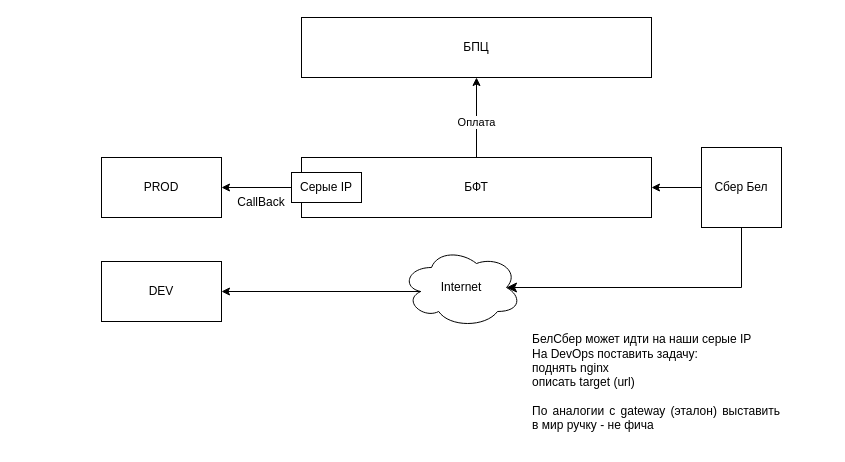
Before: Bel.drawio in ink-ru/arch, a draw.io diagram. Source tidied: cells renumbered, new cells numbered last; positions are measured from the earlier drawing's top-left corner, leaving out a move shared by most shapes. Both pictures are drawn from the tidied source at 100%, with x=0, y=0 at pixel (101, 17).
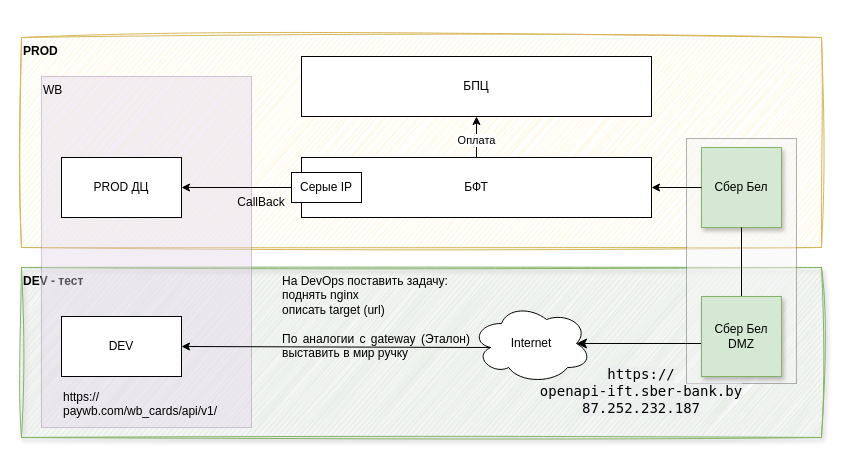
After the change.

The edit, as a diff of the source:
```diff
@@
+    <mxCell id="17" value="&lt;b&gt;DEV - тест&lt;/b&gt;" style="rounded=0;whiteSpace=wrap;html=1;fillColor=#d5e8d4;strokeColor=#82b366;align=left;verticalAlign=top;sketch=1;curveFitting=1;jiggle=2;shadow=1;" parent="1" vertex="1">
+      <mxGeometry x="-80" y="250" width="800" height="170" as="geometry" />
+    </mxCell>
+    <mxCell id="18" value="&lt;b&gt;PROD&lt;/b&gt;" style="rounded=0;whiteSpace=wrap;html=1;fillColor=#fff2cc;strokeColor=#d6b656;align=left;verticalAlign=top;sketch=1;curveFitting=1;jiggle=2;" parent="1" vertex="1">
+      <mxGeometry x="-80" y="20" width="800" height="210" as="geometry" />
+    </mxCell>
+    <mxCell id="19" value="WB" style="rounded=0;whiteSpace=wrap;html=1;align=left;verticalAlign=top;fillColor=#e1d5e7;strokeColor=#9673a6;opacity=40;" parent="1" vertex="1">
+      <mxGeometry x="-60" y="59" width="210" height="351" as="geometry" />
+    </mxCell>
+    <mxCell id="20" style="rounded=0;whiteSpace=wrap;html=1;fillColor=#f5f5f5;fontColor=#333333;strokeColor=#666666;glass=0;shadow=0;opacity=50;" parent="1" vertex="1">
+      <mxGeometry x="585" y="121" width="110" height="245" as="geometry" />
+    </mxCell>
     <mxCell id="2" value="БПЦ" style="rounded=0;whiteSpace=wrap;html=1;" parent="1" vertex="1">
-      <mxGeometry x="200" width="350" height="60" as="geometry" />
+      <mxGeometry x="200" y="39" width="350" height="60" as="geometry" />
     </mxCell>
@@
-    <mxCell id="4" value="PROD" style="rounded=0;whiteSpace=wrap;html=1;" parent="1" vertex="1">
-      <mxGeometry y="140" width="120" height="60" as="geometry" />
+    <mxCell id="4" value="PROD ДЦ" style="rounded=0;whiteSpace=wrap;html=1;" parent="1" vertex="1">
+      <mxGeometry x="-40" y="140" width="120" height="60" as="geometry" />
     </mxCell>
@@
     <mxCell id="9" value="Internet" style="ellipse;shape=cloud;whiteSpace=wrap;html=1;" parent="1" vertex="1">
-      <mxGeometry x="300" y="230" width="120" height="80" as="geometry" />
+      <mxGeometry x="370" y="286" width="120" height="80" as="geometry" />
     </mxCell>
-    <mxCell id="10" value="Сбер Бел" style="whiteSpace=wrap;html=1;" parent="1" vertex="1">
+    <mxCell id="10" value="Сбер Бел" style="whiteSpace=wrap;html=1;shadow=1;fillColor=#d5e8d4;strokeColor=#82b366;" parent="1" vertex="1">
       <mxGeometry x="600" y="130" width="80" height="80" as="geometry" />
     </mxCell>
@@
     <mxCell id="14" value="DEV" style="rounded=0;whiteSpace=wrap;html=1;" parent="1" vertex="1">
-      <mxGeometry y="244" width="120" height="60" as="geometry" />
+      <mxGeometry x="-40" y="299" width="120" height="60" as="geometry" />
     </mxCell>
@@
-    <mxCell id="16" value="&lt;div style=&quot;text-align: justify;&quot;&gt;&lt;span style=&quot;background-color: initial;&quot;&gt;БелСбер может идти на наши серые IP&lt;/span&gt;&lt;/div&gt;&lt;div style=&quot;text-align: justify;&quot;&gt;На DevOps поставить задачу:&lt;/div&gt;&lt;div style=&quot;text-align: justify;&quot;&gt;поднять nginx&lt;/div&gt;&lt;div style=&quot;text-align: justify;&quot;&gt;описать target (url)&lt;/div&gt;&lt;div style=&quot;text-align: justify;&quot;&gt;&lt;br&gt;&lt;/div&gt;&lt;div style=&quot;text-align: justify;&quot;&gt;По аналогии с gateway (эталон) выставить в мир ручку - не фича&lt;/div&gt;" style="text;html=1;align=center;verticalAlign=middle;whiteSpace=wrap;rounded=0;" parent="1" vertex="1">
-      <mxGeometry x="430" y="310" width="250" height="110" as="geometry" />
+    <mxCell id="16" value="&lt;div style=&quot;text-align: justify;&quot;&gt;&lt;span style=&quot;background-color: initial;&quot;&gt;На DevOps поставить задачу:&lt;/span&gt;&lt;/div&gt;&lt;div style=&quot;text-align: justify;&quot;&gt;поднять nginx&lt;/div&gt;&lt;div style=&quot;text-align: justify;&quot;&gt;описать target (url)&lt;/div&gt;&lt;div style=&quot;text-align: justify;&quot;&gt;&lt;br&gt;&lt;/div&gt;&lt;div style=&quot;text-align: justify;&quot;&gt;По аналогии с gateway (Эталон) выставить в мир ручку&lt;/div&gt;" style="text;html=1;align=center;verticalAlign=top;whiteSpace=wrap;rounded=0;" parent="1" vertex="1">
+      <mxGeometry x="180" y="250" width="190" height="130" as="geometry" />
     </mxCell>
+    <mxCell id="21" value="Сбер Бел&lt;br&gt;DMZ" style="whiteSpace=wrap;html=1;shadow=1;fillColor=#d5e8d4;strokeColor=#82b366;" parent="1" vertex="1">
+      <mxGeometry x="600" y="279" width="80" height="80" as="geometry" />
+    </mxCell>
+    <mxCell id="22" value="&lt;span style=&quot;color: var(--ring-code-field-color); font-weight: var(--ring-code-tag-font-weight); font-family: Menlo, &amp;quot;Bitstream Vera Sans Mono&amp;quot;, &amp;quot;Ubuntu Mono&amp;quot;, Consolas, &amp;quot;Courier New&amp;quot;, Courier, monospace; font-size: 14px; text-align: start; white-space: pre; background-color: rgba(235, 236, 240, 0.5);&quot; class=&quot;token target symbol&quot;&gt;https&lt;/span&gt;&lt;span style=&quot;color: var(--ring-code-meta-color); font-family: Menlo, &amp;quot;Bitstream Vera Sans Mono&amp;quot;, &amp;quot;Ubuntu Mono&amp;quot;, Consolas, &amp;quot;Courier New&amp;quot;, Courier, monospace; font-size: 14px; text-align: start; white-space: pre; background-color: rgba(235, 236, 240, 0.5);&quot; class=&quot;token punctuation&quot;&gt;:&lt;/span&gt;&lt;span style=&quot;font-family: Menlo, &amp;quot;Bitstream Vera Sans Mono&amp;quot;, &amp;quot;Ubuntu Mono&amp;quot;, Consolas, &amp;quot;Courier New&amp;quot;, Courier, monospace; font-size: 14px; text-align: start; white-space: pre; background-color: rgba(235, 236, 240, 0.5);&quot;&gt;//&lt;br/&gt;openapi-ift.sber-bank.by&lt;br&gt;87.252.232.187&lt;/span&gt;" style="text;html=1;align=center;verticalAlign=middle;whiteSpace=wrap;rounded=0;" parent="1" vertex="1">
+      <mxGeometry x="510" y="359" width="60" height="30" as="geometry" />
+    </mxCell>
+    <mxCell id="23" value="&lt;div style=&quot;&quot;&gt;&lt;span style=&quot;background-color: initial;&quot;&gt;https://&lt;/span&gt;&lt;/div&gt;paywb.com/wb_cards/api/v1/" style="text;html=1;align=left;verticalAlign=top;whiteSpace=wrap;rounded=0;" parent="1" vertex="1">
+      <mxGeometry x="-40" y="366" width="220" height="50" as="geometry" />
+    </mxCell>
```
